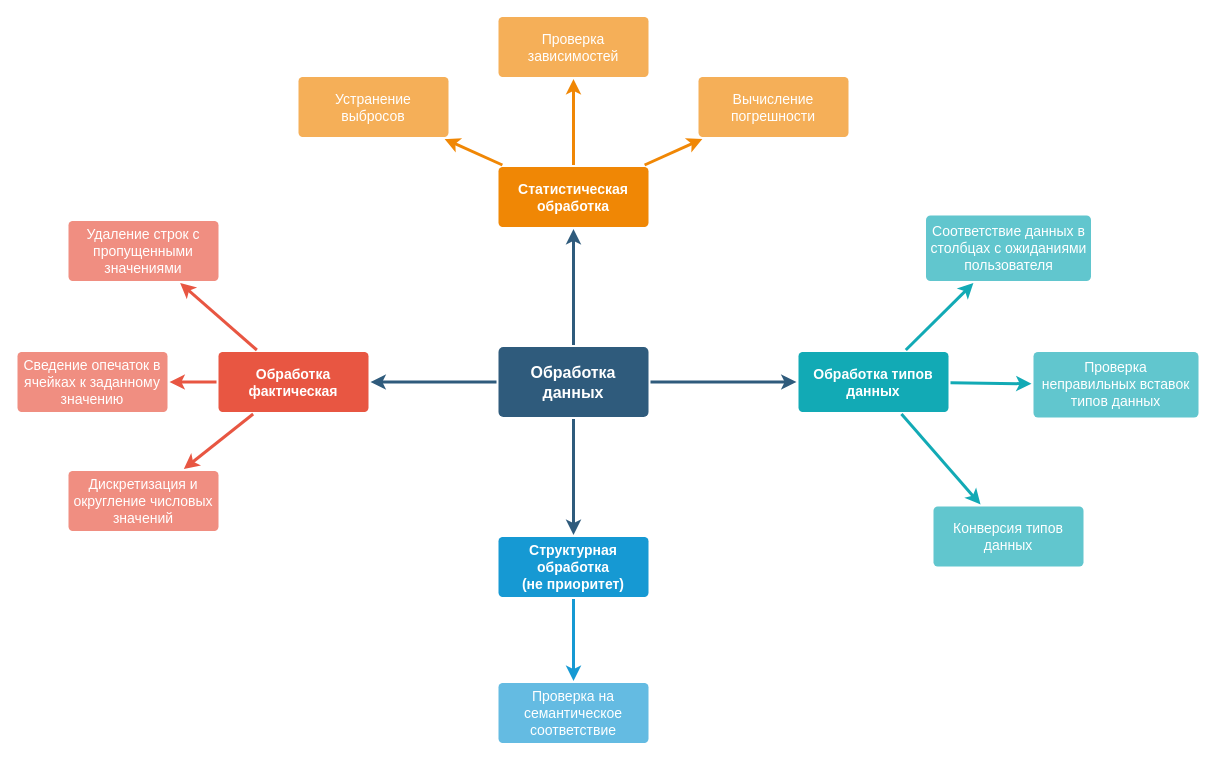
Earlier version of the draw.io diagram Analytics/Functions Map.drawio (Balots/DPro). Source tidied: cells renumbered, new cells numbered last; positions are measured from the earlier drawing's top-left corner, leaving out a move shared by most shapes. Both pictures are drawn from the tidied source at 100%, with x=0, y=0 at pixel (17, 16).
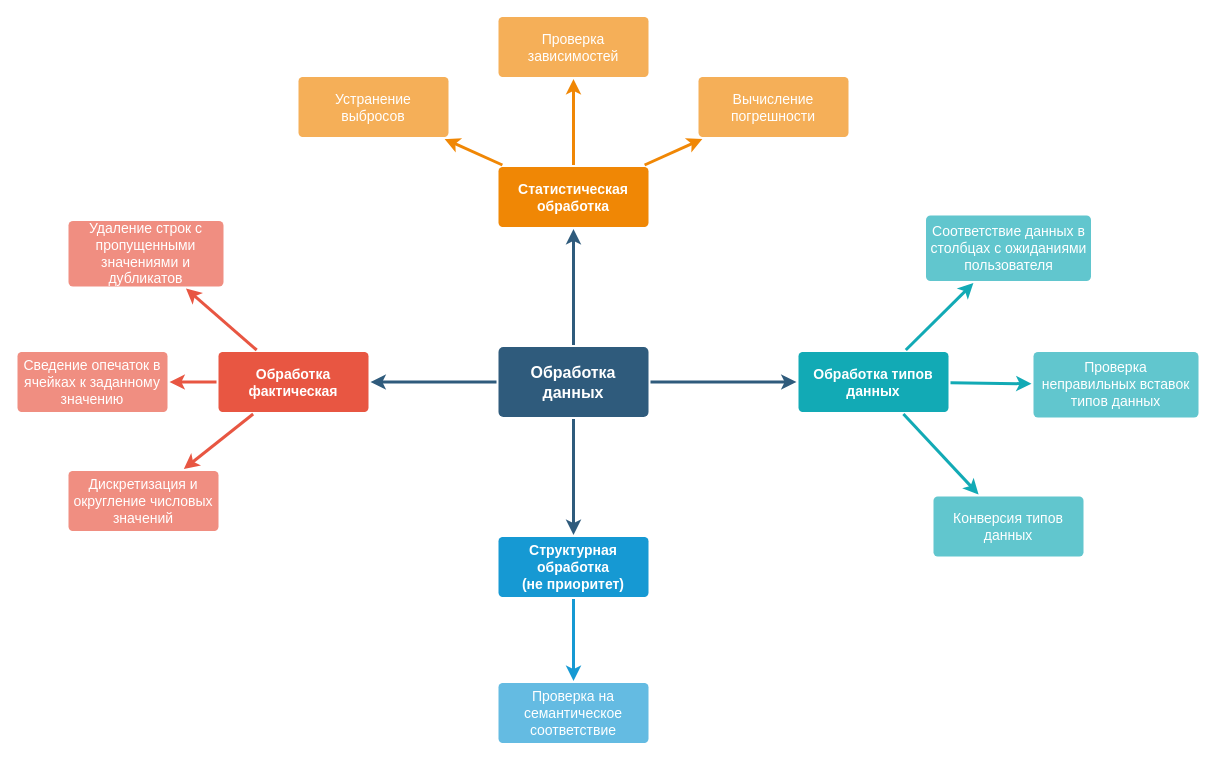
Above is the later version.

The edit, as a diff of the source:
```diff
@@
-    <mxCell id="13" value="Удаление строк с пропущенными значениями" style="rounded=1;whiteSpace=wrap;html=1;shadow=0;labelBackgroundColor=none;strokeColor=none;strokeWidth=3;fillColor=#f08e81;fontFamily=Helvetica;fontSize=14;fontColor=#FFFFFF;align=center;spacing=5;fontStyle=0;arcSize=7;perimeterSpacing=2;" parent="1" vertex="1">
-      <mxGeometry x="51" y="204.5" width="150" height="60" as="geometry" />
+    <mxCell id="13" value="Удаление строк с пропущенными значениями и дубликатов" style="rounded=1;whiteSpace=wrap;html=1;shadow=0;labelBackgroundColor=none;strokeColor=none;strokeWidth=3;fillColor=#f08e81;fontFamily=Helvetica;fontSize=14;fontColor=#FFFFFF;align=center;spacing=5;fontStyle=0;arcSize=7;perimeterSpacing=2;" parent="1" vertex="1">
+      <mxGeometry x="51" y="204.5" width="155" height="65.5" as="geometry" />
     </mxCell>
@@
     <mxCell id="25" value="Конверсия типов данных" style="rounded=1;whiteSpace=wrap;html=1;shadow=0;labelBackgroundColor=none;strokeColor=none;strokeWidth=3;fillColor=#61c6ce;fontFamily=Helvetica;fontSize=14;fontColor=#FFFFFF;align=center;spacing=5;fontStyle=0;arcSize=7;perimeterSpacing=2;" parent="1" vertex="1">
-      <mxGeometry x="916" y="490" width="150" height="60" as="geometry" />
+      <mxGeometry x="916" y="480" width="150" height="60" as="geometry" />
     </mxCell>
```
